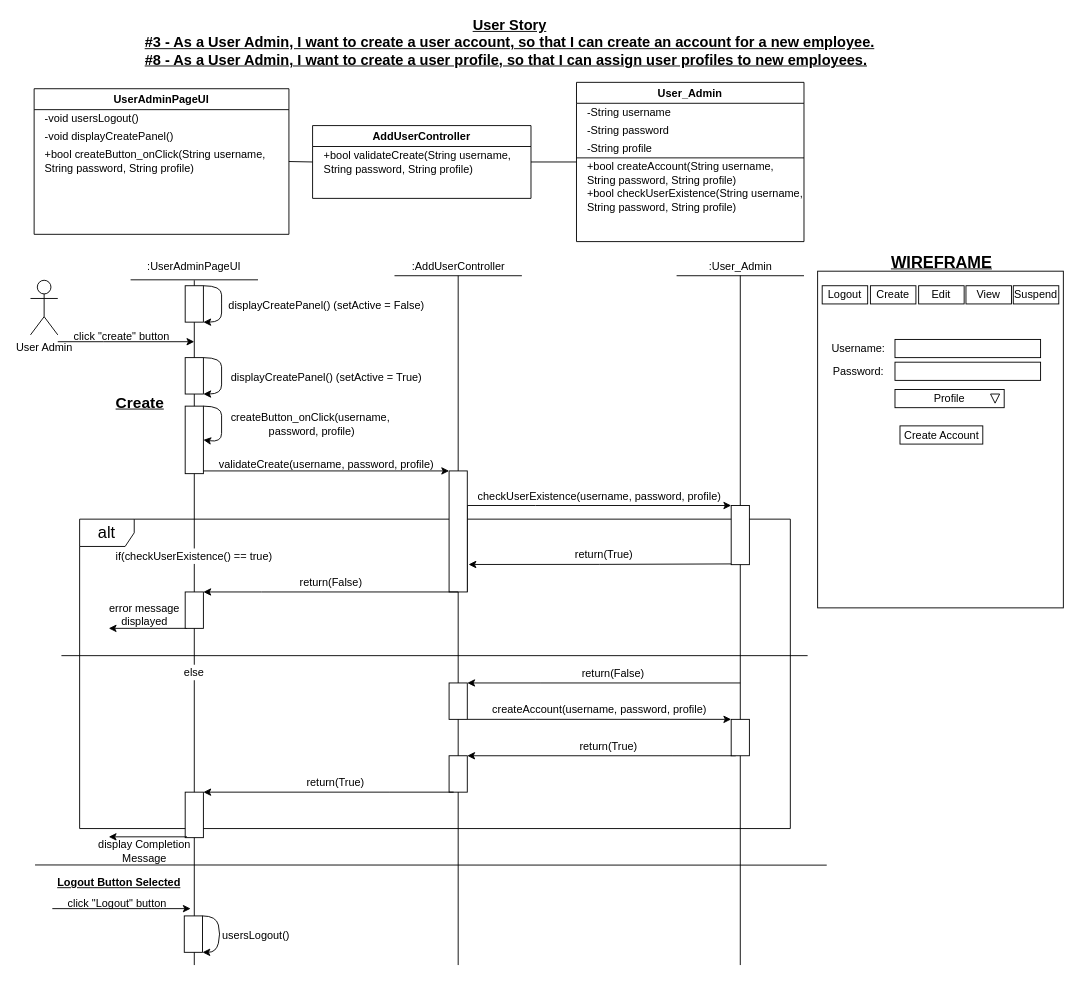
The draw.io diagram BCE_UML_and_Diagrams/UserAdmin_Create(UserStory_3&8)/UserStory_3&8_BCE_Sequence.drawio in extred5700/JAVAGUI-Restaurant-Table-Order-System, before the edit. Source tidied: cells renumbered, new cells numbered last; positions are measured from the earlier drawing's top-left corner, leaving out a move shared by most shapes. Both pictures are drawn from the tidied source at 91%, with x=0, y=0 at pixel (30, 28).
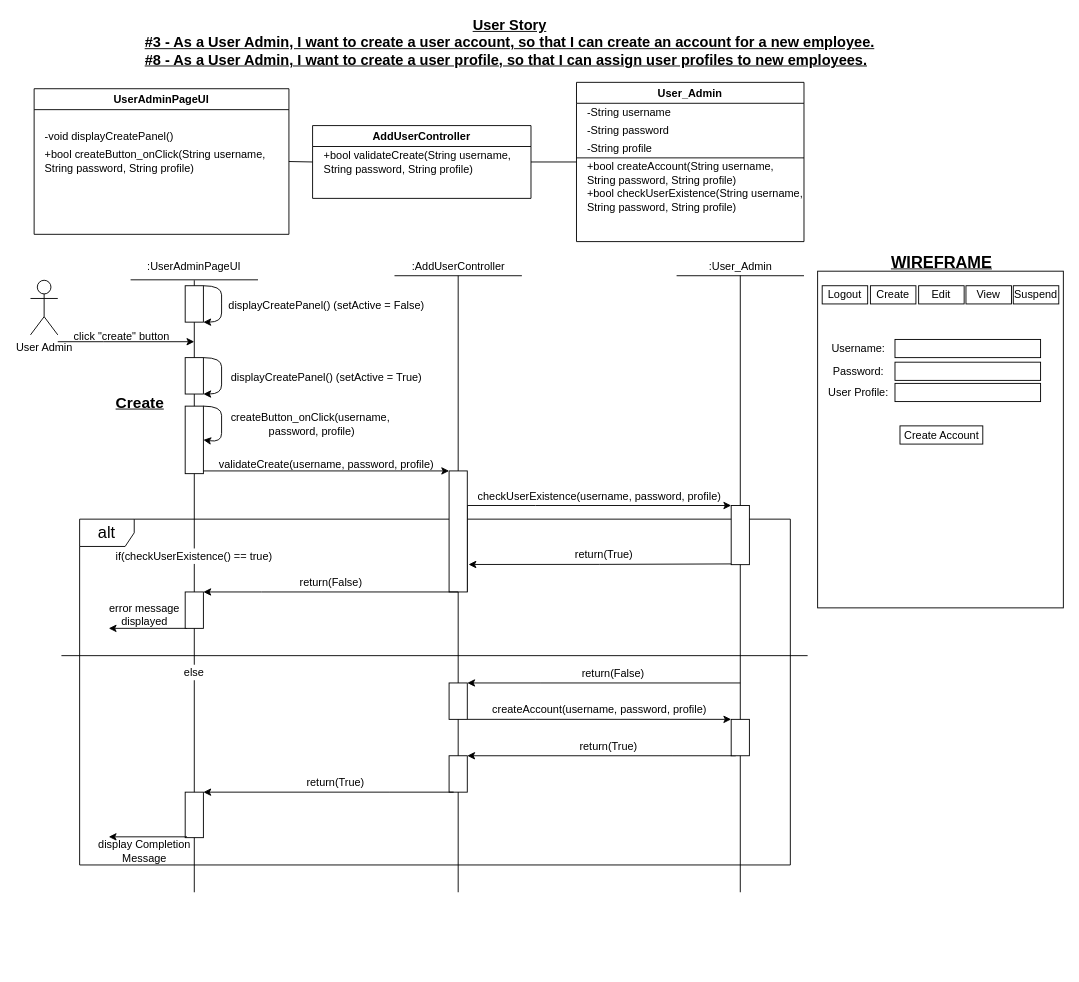
The same page after the edit.

The change refers to these unchanged cells:
```xml
<mxCell id="3" value="UserAdminPageUI" style="swimlane;" parent="1" vertex="1">
  <mxGeometry x="4" y="66" width="280" height="160" as="geometry" />
</mxCell>
<mxCell id="21" value=":AddUserController" style="text;html=1;align=center;verticalAlign=middle;points=[];strokeColor=none;fillColor=none;" parent="1" vertex="1">
  <mxGeometry x="410" y="251.5" width="120" height="20" as="geometry" />
</mxCell>
<mxCell id="22" value=":User_Admin" style="text;html=1;align=center;verticalAlign=middle;points=[];strokeColor=none;fillColor=none;" parent="1" vertex="1">
  <mxGeometry x="740" y="251.5" width="80" height="20" as="geometry" />
</mxCell>
```

What changed in the source:
```diff
@@
     <mxCell id="2" value="alt" style="shape=umlFrame;whiteSpace=wrap;html=1;labelBackgroundColor=default;fontSize=18;fillColor=none;" parent="1" vertex="1">
-      <mxGeometry x="54" y="539" width="781" height="340" as="geometry" />
+      <mxGeometry x="54" y="539" width="781" height="380" as="geometry" />
     </mxCell>
@@
-    <mxCell id="5" value="-void usersLogout()" style="text;html=1;align=left;verticalAlign=middle;strokeColor=none;fillColor=none;" parent="3" vertex="1">
-      <mxGeometry x="10" y="23" width="120" height="20" as="geometry" />
-    </mxCell>
@@
     <mxCell id="31" style="endArrow=none;html=1;rounded=0;startArrow=none;entryX=0.5;entryY=1;entryDx=0;entryDy=0;entryPerimeter=0;" parent="1" edge="1" target="21">
       <mxGeometry relative="1" as="geometry">
-        <mxPoint x="470" y="1029" as="sourcePoint" />
+        <mxPoint x="470" y="949" as="sourcePoint" />
       </mxGeometry>
     </mxCell>
@@
     <mxCell id="35" style="endArrow=none;html=1;rounded=0;entryX=0.5;entryY=0.982;entryDx=0;entryDy=0;entryPerimeter=0;" parent="1" edge="1" target="22">
       <mxGeometry relative="1" as="geometry">
-        <mxPoint x="780" y="1029" as="sourcePoint" />
+        <mxPoint x="780" y="949" as="sourcePoint" />
       </mxGeometry>
     </mxCell>
@@
-    <mxCell id="52" value="Profile" style="rounded=0;whiteSpace=wrap;html=1;" parent="1" vertex="1">
-      <mxGeometry x="950" y="396.5" width="120" height="20" as="geometry" />
-    </mxCell>
-    <mxCell id="53" style="triangle;whiteSpace=wrap;html=1;rotation=90;" parent="1" vertex="1">
-      <mxGeometry x="1055" y="401.5" width="10" height="10" as="geometry" />
-    </mxCell>
@@
     <mxCell id="61" style="endArrow=none;html=1;rounded=0;fontSize=17;" parent="1" edge="1">
       <mxGeometry relative="1" as="geometry">
-        <mxPoint x="180" y="1029" as="sourcePoint" />
+        <mxPoint x="180" y="949" as="sourcePoint" />
         <mxPoint x="180" y="276.5" as="targetPoint" />
       </mxGeometry>
     </mxCell>
@@
-    <mxCell id="85" style="endArrow=none;html=1;rounded=0;" parent="1" edge="1">
-      <mxGeometry relative="1" as="geometry">
-        <mxPoint x="5" y="919" as="sourcePoint" />
-        <mxPoint x="875" y="919.2" as="targetPoint" />
-      </mxGeometry>
-    </mxCell>
-    <mxCell id="86" value="Logout Button Selected" style="text;html=1;align=center;verticalAlign=middle;strokeColor=none;fillColor=none;fontStyle=5;" parent="1" vertex="1">
-      <mxGeometry x="22" y="929" width="150" height="20" as="geometry" />
-    </mxCell>
-    <mxCell id="87" style="curved=1;endArrow=classic;html=1;rounded=0;entryX=1;entryY=1;entryDx=0;entryDy=0;exitX=1;exitY=0;exitDx=0;exitDy=0;" parent="1" edge="1" source="88" target="88">
-      <mxGeometry relative="1" as="geometry">
-        <Array as="points">
-          <mxPoint x="204" y="975" />
-          <mxPoint x="209" y="995" />
-          <mxPoint x="204" y="1015" />
-        </Array>
-      </mxGeometry>
-    </mxCell>
-    <mxCell id="88" style="rounded=0;whiteSpace=wrap;html=1;" parent="1" vertex="1">
-      <mxGeometry x="169" y="975" width="20" height="40" as="geometry" />
-    </mxCell>
-    <mxCell id="89" value="usersLogout()" style="text;html=1;align=left;verticalAlign=middle;strokeColor=none;fillColor=none;" parent="1" vertex="1">
-      <mxGeometry x="209" y="986.6" width="90" height="20" as="geometry" />
-    </mxCell>
-    <mxCell id="90" style="edgeStyle=orthogonalEdgeStyle;rounded=0;orthogonalLoop=1;jettySize=auto;html=1;entryX=0;entryY=0;entryDx=0;entryDy=0;" parent="1" edge="1">
-      <mxGeometry relative="1" as="geometry">
-        <mxPoint x="24" y="967" as="sourcePoint" />
-        <mxPoint x="176" y="967" as="targetPoint" />
-        <Array as="points">
-          <mxPoint x="86" y="967" />
-          <mxPoint x="86" y="967" />
-        </Array>
-      </mxGeometry>
-    </mxCell>
-    <mxCell id="91" value="click &quot;Logout&quot; button" style="text;html=1;align=center;verticalAlign=middle;strokeColor=none;fillColor=none;" parent="1" vertex="1">
-      <mxGeometry x="35" y="952" width="120" height="20" as="geometry" />
-    </mxCell>
+    <mxCell id="92" value="User Profile:" style="text;html=1;strokeColor=none;fillColor=none;align=center;verticalAlign=middle;whiteSpace=wrap;rounded=0;" parent="1" vertex="1">
+      <mxGeometry x="873" y="384.8" width="74" height="30" as="geometry" />
+    </mxCell>
+    <mxCell id="93" style="rounded=0;whiteSpace=wrap;html=1;" parent="1" vertex="1">
+      <mxGeometry x="950" y="389.8" width="160" height="20" as="geometry" />
+    </mxCell>
```
